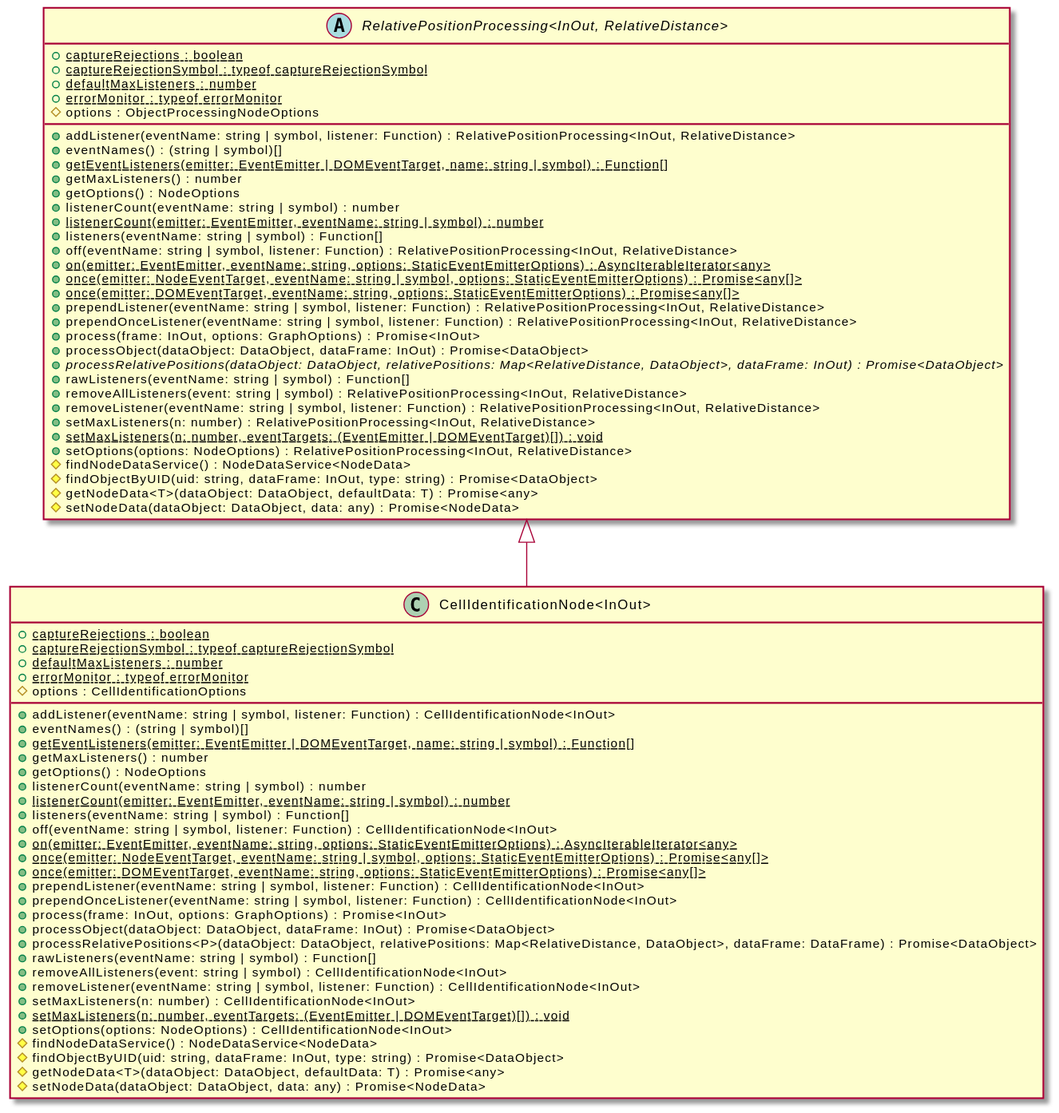
Before: assets/CellIdentificationNode-umlClassDiagram-15119.svg, a diagram exported from PlantUML (OpenHPS/openhps-core). The source it was exported from:
```plantuml
@startuml
skinparam BackgroundColor transparent
hide empty methods
hide empty fields
class "CellIdentificationNode<InOut>" {
    {static} +captureRejections : boolean
    {static} +captureRejectionSymbol : typeof captureRejectionSymbol
    {static} +defaultMaxListeners : number
    {static} +errorMonitor : typeof errorMonitor
    #options : CellIdentificationOptions
    +addListener(eventName: string | symbol, listener: Function) : CellIdentificationNode<InOut>
    +eventNames() : (string | symbol)[]
    {static} +getEventListeners(emitter: EventEmitter | DOMEventTarget, name: string | symbol) : Function[]
    +getMaxListeners() : number
    +getOptions() : NodeOptions
    +listenerCount(eventName: string | symbol) : number
    {static} +listenerCount(emitter: EventEmitter, eventName: string | symbol) : number
    +listeners(eventName: string | symbol) : Function[]
    +off(eventName: string | symbol, listener: Function) : CellIdentificationNode<InOut>
    {static} +on(emitter: EventEmitter, eventName: string, options: StaticEventEmitterOptions) : AsyncIterableIterator<any>
    {static} +once(emitter: NodeEventTarget, eventName: string | symbol, options: StaticEventEmitterOptions) : Promise<any[]>
    {static} +once(emitter: DOMEventTarget, eventName: string, options: StaticEventEmitterOptions) : Promise<any[]>
    +prependListener(eventName: string | symbol, listener: Function) : CellIdentificationNode<InOut>
    +prependOnceListener(eventName: string | symbol, listener: Function) : CellIdentificationNode<InOut>
    +process(frame: InOut, options: GraphOptions) : Promise<InOut>
    +processObject(dataObject: DataObject, dataFrame: InOut) : Promise<DataObject>
    +processRelativePositions<P>(dataObject: DataObject, relativePositions: Map<RelativeDistance, DataObject>, dataFrame: DataFrame) : Promise<DataObject>
    +rawListeners(eventName: string | symbol) : Function[]
    +removeAllListeners(event: string | symbol) : CellIdentificationNode<InOut>
    +removeListener(eventName: string | symbol, listener: Function) : CellIdentificationNode<InOut>
    +setMaxListeners(n: number) : CellIdentificationNode<InOut>
    {static} +setMaxListeners(n: number, eventTargets: (EventEmitter | DOMEventTarget)[]) : void
    +setOptions(options: NodeOptions) : CellIdentificationNode<InOut>
    #findNodeDataService() : NodeDataService<NodeData>
    #findObjectByUID(uid: string, dataFrame: InOut, type: string) : Promise<DataObject>
    #getNodeData<T>(dataObject: DataObject, defaultData: T) : Promise<any>
    #setNodeData(dataObject: DataObject, data: any) : Promise<NodeData>
}
abstract class "RelativePositionProcessing<InOut, RelativeDistance>" {
    {static} +captureRejections : boolean
    {static} +captureRejectionSymbol : typeof captureRejectionSymbol
    {static} +defaultMaxListeners : number
    {static} +errorMonitor : typeof errorMonitor
    #options : ObjectProcessingNodeOptions
    +addListener(eventName: string | symbol, listener: Function) : RelativePositionProcessing<InOut, RelativeDistance>
    +eventNames() : (string | symbol)[]
    {static} +getEventListeners(emitter: EventEmitter | DOMEventTarget, name: string | symbol) : Function[]
    +getMaxListeners() : number
    +getOptions() : NodeOptions
    +listenerCount(eventName: string | symbol) : number
    {static} +listenerCount(emitter: EventEmitter, eventName: string | symbol) : number
    +listeners(eventName: string | symbol) : Function[]
    +off(eventName: string | symbol, listener: Function) : RelativePositionProcessing<InOut, RelativeDistance>
    {static} +on(emitter: EventEmitter, eventName: string, options: StaticEventEmitterOptions) : AsyncIterableIterator<any>
    {static} +once(emitter: NodeEventTarget, eventName: string | symbol, options: StaticEventEmitterOptions) : Promise<any[]>
    {static} +once(emitter: DOMEventTarget, eventName: string, options: StaticEventEmitterOptions) : Promise<any[]>
    +prependListener(eventName: string | symbol, listener: Function) : RelativePositionProcessing<InOut, RelativeDistance>
    +prependOnceListener(eventName: string | symbol, listener: Function) : RelativePositionProcessing<InOut, RelativeDistance>
    +process(frame: InOut, options: GraphOptions) : Promise<InOut>
    +processObject(dataObject: DataObject, dataFrame: InOut) : Promise<DataObject>
    {abstract} +processRelativePositions(dataObject: DataObject, relativePositions: Map<RelativeDistance, DataObject>, dataFrame: InOut) : Promise<DataObject>
    +rawListeners(eventName: string | symbol) : Function[]
    +removeAllListeners(event: string | symbol) : RelativePositionProcessing<InOut, RelativeDistance>
    +removeListener(eventName: string | symbol, listener: Function) : RelativePositionProcessing<InOut, RelativeDistance>
    +setMaxListeners(n: number) : RelativePositionProcessing<InOut, RelativeDistance>
    {static} +setMaxListeners(n: number, eventTargets: (EventEmitter | DOMEventTarget)[]) : void
    +setOptions(options: NodeOptions) : RelativePositionProcessing<InOut, RelativeDistance>
    #findNodeDataService() : NodeDataService<NodeData>
    #findObjectByUID(uid: string, dataFrame: InOut, type: string) : Promise<DataObject>
    #getNodeData<T>(dataObject: DataObject, defaultData: T) : Promise<any>
    #setNodeData(dataObject: DataObject, data: any) : Promise<NodeData>
}
"RelativePositionProcessing<InOut, RelativeDistance>" <|-- "CellIdentificationNode<InOut>"
@enduml
```
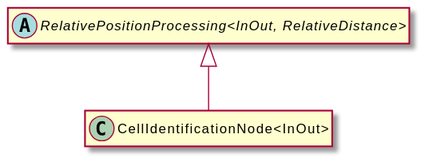
The same file after the commit.

Diff of the diagram source:
```diff
@@ -3,72 +3,8 @@
 hide empty methods
 hide empty fields
 class "CellIdentificationNode<InOut>" {
-    {static} +captureRejections : boolean
-    {static} +captureRejectionSymbol : typeof captureRejectionSymbol
-    {static} +defaultMaxListeners : number
-    {static} +errorMonitor : typeof errorMonitor
-    #options : CellIdentificationOptions
-    +addListener(eventName: string | symbol, listener: Function) : CellIdentificationNode<InOut>
-    +eventNames() : (string | symbol)[]
-    {static} +getEventListeners(emitter: EventEmitter | DOMEventTarget, name: string | symbol) : Function[]
-    +getMaxListeners() : number
-    +getOptions() : NodeOptions
-    +listenerCount(eventName: string | symbol) : number
-    {static} +listenerCount(emitter: EventEmitter, eventName: string | symbol) : number
-    +listeners(eventName: string | symbol) : Function[]
-    +off(eventName: string | symbol, listener: Function) : CellIdentificationNode<InOut>
-    {static} +on(emitter: EventEmitter, eventName: string, options: StaticEventEmitterOptions) : AsyncIterableIterator<any>
-    {static} +once(emitter: NodeEventTarget, eventName: string | symbol, options: StaticEventEmitterOptions) : Promise<any[]>
-    {static} +once(emitter: DOMEventTarget, eventName: string, options: StaticEventEmitterOptions) : Promise<any[]>
-    +prependListener(eventName: string | symbol, listener: Function) : CellIdentificationNode<InOut>
-    +prependOnceListener(eventName: string | symbol, listener: Function) : CellIdentificationNode<InOut>
-    +process(frame: InOut, options: GraphOptions) : Promise<InOut>
-    +processObject(dataObject: DataObject, dataFrame: InOut) : Promise<DataObject>
-    +processRelativePositions<P>(dataObject: DataObject, relativePositions: Map<RelativeDistance, DataObject>, dataFrame: DataFrame) : Promise<DataObject>
-    +rawListeners(eventName: string | symbol) : Function[]
-    +removeAllListeners(event: string | symbol) : CellIdentificationNode<InOut>
-    +removeListener(eventName: string | symbol, listener: Function) : CellIdentificationNode<InOut>
-    +setMaxListeners(n: number) : CellIdentificationNode<InOut>
-    {static} +setMaxListeners(n: number, eventTargets: (EventEmitter | DOMEventTarget)[]) : void
-    +setOptions(options: NodeOptions) : CellIdentificationNode<InOut>
-    #findNodeDataService() : NodeDataService<NodeData>
-    #findObjectByUID(uid: string, dataFrame: InOut, type: string) : Promise<DataObject>
-    #getNodeData<T>(dataObject: DataObject, defaultData: T) : Promise<any>
-    #setNodeData(dataObject: DataObject, data: any) : Promise<NodeData>
 }
 abstract class "RelativePositionProcessing<InOut, RelativeDistance>" {
-    {static} +captureRejections : boolean
-    {static} +captureRejectionSymbol : typeof captureRejectionSymbol
-    {static} +defaultMaxListeners : number
-    {static} +errorMonitor : typeof errorMonitor
-    #options : ObjectProcessingNodeOptions
-    +addListener(eventName: string | symbol, listener: Function) : RelativePositionProcessing<InOut, RelativeDistance>
-    +eventNames() : (string | symbol)[]
-    {static} +getEventListeners(emitter: EventEmitter | DOMEventTarget, name: string | symbol) : Function[]
-    +getMaxListeners() : number
-    +getOptions() : NodeOptions
-    +listenerCount(eventName: string | symbol) : number
-    {static} +listenerCount(emitter: EventEmitter, eventName: string | symbol) : number
-    +listeners(eventName: string | symbol) : Function[]
-    +off(eventName: string | symbol, listener: Function) : RelativePositionProcessing<InOut, RelativeDistance>
-    {static} +on(emitter: EventEmitter, eventName: string, options: StaticEventEmitterOptions) : AsyncIterableIterator<any>
-    {static} +once(emitter: NodeEventTarget, eventName: string | symbol, options: StaticEventEmitterOptions) : Promise<any[]>
-    {static} +once(emitter: DOMEventTarget, eventName: string, options: StaticEventEmitterOptions) : Promise<any[]>
-    +prependListener(eventName: string | symbol, listener: Function) : RelativePositionProcessing<InOut, RelativeDistance>
-    +prependOnceListener(eventName: string | symbol, listener: Function) : RelativePositionProcessing<InOut, RelativeDistance>
-    +process(frame: InOut, options: GraphOptions) : Promise<InOut>
-    +processObject(dataObject: DataObject, dataFrame: InOut) : Promise<DataObject>
-    {abstract} +processRelativePositions(dataObject: DataObject, relativePositions: Map<RelativeDistance, DataObject>, dataFrame: InOut) : Promise<DataObject>
-    +rawListeners(eventName: string | symbol) : Function[]
-    +removeAllListeners(event: string | symbol) : RelativePositionProcessing<InOut, RelativeDistance>
-    +removeListener(eventName: string | symbol, listener: Function) : RelativePositionProcessing<InOut, RelativeDistance>
-    +setMaxListeners(n: number) : RelativePositionProcessing<InOut, RelativeDistance>
-    {static} +setMaxListeners(n: number, eventTargets: (EventEmitter | DOMEventTarget)[]) : void
-    +setOptions(options: NodeOptions) : RelativePositionProcessing<InOut, RelativeDistance>
-    #findNodeDataService() : NodeDataService<NodeData>
-    #findObjectByUID(uid: string, dataFrame: InOut, type: string) : Promise<DataObject>
-    #getNodeData<T>(dataObject: DataObject, defaultData: T) : Promise<any>
-    #setNodeData(dataObject: DataObject, data: any) : Promise<NodeData>
 }
 "RelativePositionProcessing<InOut, RelativeDistance>" <|-- "CellIdentificationNode<InOut>"
 @enduml
```
